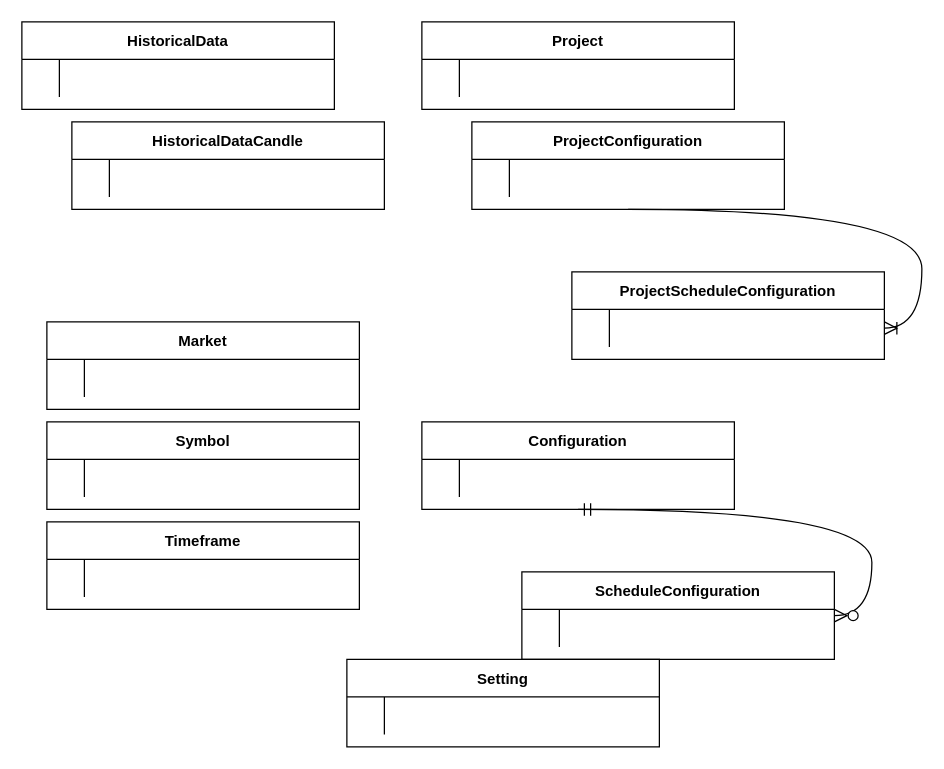
This is Diagrama sin título.drawio from surajrl/AdionFA, a draw.io file, before an edit. Source tidied: cells renumbered, new cells numbered last; positions are measured from the earlier drawing's top-left corner, leaving out a move shared by most shapes. Both pictures are drawn from the tidied source at 125%, with x=0, y=0 at pixel (21, 21).
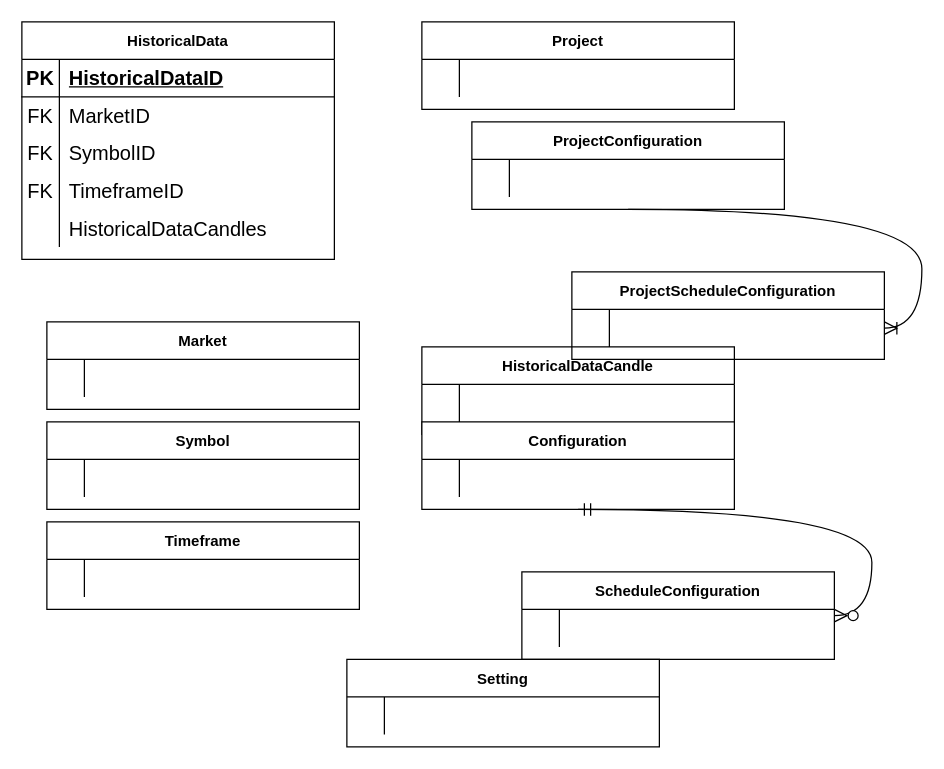
The same diagram, later.

Change to the diagram source:
```diff
@@
     <mxCell id="2" value="HistoricalDataCandle" style="shape=table;startSize=30;childLayout=tableLayout;rowLines=0;fontStyle=1;align=center;" parent="1" vertex="1">
-      <mxGeometry x="40" y="80" width="250" height="70" as="geometry" />
+      <mxGeometry x="320" y="260" width="250" height="70" as="geometry" />
     </mxCell>
@@
     <mxCell id="6" value="HistoricalData" style="shape=table;startSize=30;childLayout=tableLayout;rowLines=0;fontStyle=1;align=center;" parent="1" vertex="1">
-      <mxGeometry width="250" height="70" as="geometry" />
+      <mxGeometry width="250" height="190" as="geometry" />
     </mxCell>
-    <mxCell id="7" style="shape=partialRectangle;fillColor=none;top=0;left=0;right=0;bottom=0;" parent="6" vertex="1">
-      <mxGeometry y="30" width="250" height="30" as="geometry" />
-    </mxCell>
-    <mxCell id="8" style="shape=partialRectangle;overflow=hidden;fillColor=none;top=0;left=0;bottom=0;right=0;" parent="7" vertex="1">
-      <mxGeometry width="30" height="30" as="geometry" />
-    </mxCell>
-    <mxCell id="9" style="shape=partialRectangle;overflow=hidden;fillColor=none;top=0;left=0;bottom=0;right=0;align=left;spacingLeft=6;" parent="7" vertex="1">
-      <mxGeometry x="30" width="220" height="30" as="geometry" />
-    </mxCell>
+    <mxCell id="48" style="shape=tableRow;horizontal=0;startSize=0;swimlaneHead=0;swimlaneBody=0;fillColor=none;top=0;left=0;right=0;bottom=1;fontSize=16;" parent="6" vertex="1">
+      <mxGeometry y="30" width="250" height="30" as="geometry" />
+    </mxCell>
+    <mxCell id="49" value="PK" style="shape=partialRectangle;fillColor=none;top=0;left=0;bottom=0;right=0;fontStyle=1;overflow=hidden;whiteSpace=wrap;html=1;fontSize=16;" parent="48" vertex="1">
+      <mxGeometry width="30" height="30" as="geometry" />
+    </mxCell>
+    <mxCell id="50" value="HistoricalDataID" style="shape=partialRectangle;fillColor=none;top=0;left=0;bottom=0;right=0;align=left;spacingLeft=6;fontStyle=5;overflow=hidden;whiteSpace=wrap;html=1;fontSize=16;" parent="48" vertex="1">
+      <mxGeometry x="30" width="220" height="30" as="geometry" />
+    </mxCell>
+    <mxCell id="51" style="shape=tableRow;horizontal=0;startSize=0;swimlaneHead=0;swimlaneBody=0;fillColor=none;top=0;left=0;right=0;bottom=0;fontSize=16;" parent="6" vertex="1">
+      <mxGeometry y="60" width="250" height="30" as="geometry" />
+    </mxCell>
+    <mxCell id="52" value="FK" style="shape=partialRectangle;fillColor=none;top=0;left=0;bottom=0;right=0;fontStyle=0;overflow=hidden;whiteSpace=wrap;html=1;fontSize=16;" parent="51" vertex="1">
+      <mxGeometry width="30" height="30" as="geometry" />
+    </mxCell>
+    <mxCell id="53" value="MarketID" style="shape=partialRectangle;fillColor=none;top=0;left=0;bottom=0;right=0;align=left;spacingLeft=6;fontStyle=0;overflow=hidden;whiteSpace=wrap;html=1;fontSize=16;" parent="51" vertex="1">
+      <mxGeometry x="30" width="220" height="30" as="geometry" />
+    </mxCell>
+    <mxCell id="54" style="shape=tableRow;horizontal=0;startSize=0;swimlaneHead=0;swimlaneBody=0;fillColor=none;top=0;left=0;right=0;bottom=0;fontSize=16;" parent="6" vertex="1">
+      <mxGeometry y="90" width="250" height="30" as="geometry" />
+    </mxCell>
+    <mxCell id="55" value="FK" style="shape=partialRectangle;fillColor=none;top=0;left=0;bottom=0;right=0;fontStyle=0;overflow=hidden;whiteSpace=wrap;html=1;fontSize=16;" parent="54" vertex="1">
+      <mxGeometry width="30" height="30" as="geometry" />
+    </mxCell>
+    <mxCell id="56" value="SymbolID" style="shape=partialRectangle;fillColor=none;top=0;left=0;bottom=0;right=0;align=left;spacingLeft=6;fontStyle=0;overflow=hidden;whiteSpace=wrap;html=1;fontSize=16;" parent="54" vertex="1">
+      <mxGeometry x="30" width="220" height="30" as="geometry" />
+    </mxCell>
+    <mxCell id="57" style="shape=tableRow;horizontal=0;startSize=0;swimlaneHead=0;swimlaneBody=0;fillColor=none;top=0;left=0;right=0;bottom=0;fontSize=16;" parent="6" vertex="1">
+      <mxGeometry y="120" width="250" height="30" as="geometry" />
+    </mxCell>
+    <mxCell id="58" value="FK" style="shape=partialRectangle;fillColor=none;top=0;left=0;bottom=0;right=0;fontStyle=0;overflow=hidden;whiteSpace=wrap;html=1;fontSize=16;" parent="57" vertex="1">
+      <mxGeometry width="30" height="30" as="geometry" />
+    </mxCell>
+    <mxCell id="59" value="TimeframeID" style="shape=partialRectangle;fillColor=none;top=0;left=0;bottom=0;right=0;align=left;spacingLeft=6;fontStyle=0;overflow=hidden;whiteSpace=wrap;html=1;fontSize=16;" parent="57" vertex="1">
+      <mxGeometry x="30" width="220" height="30" as="geometry" />
+    </mxCell>
+    <mxCell id="60" style="shape=tableRow;horizontal=0;startSize=0;swimlaneHead=0;swimlaneBody=0;fillColor=none;top=0;left=0;right=0;bottom=0;fontSize=16;" parent="6" vertex="1">
+      <mxGeometry y="150" width="250" height="30" as="geometry" />
+    </mxCell>
+    <mxCell id="61" style="shape=partialRectangle;fillColor=none;top=0;left=0;bottom=0;right=0;overflow=hidden;fontSize=16;" parent="60" vertex="1">
+      <mxGeometry width="30" height="30" as="geometry" />
+    </mxCell>
+    <mxCell id="62" value="HistoricalDataCandles" style="shape=partialRectangle;fillColor=none;top=0;left=0;bottom=0;right=0;align=left;spacingLeft=6;overflow=hidden;fontSize=16;" parent="60" vertex="1">
+      <mxGeometry x="30" width="220" height="30" as="geometry" />
+    </mxCell>
```
